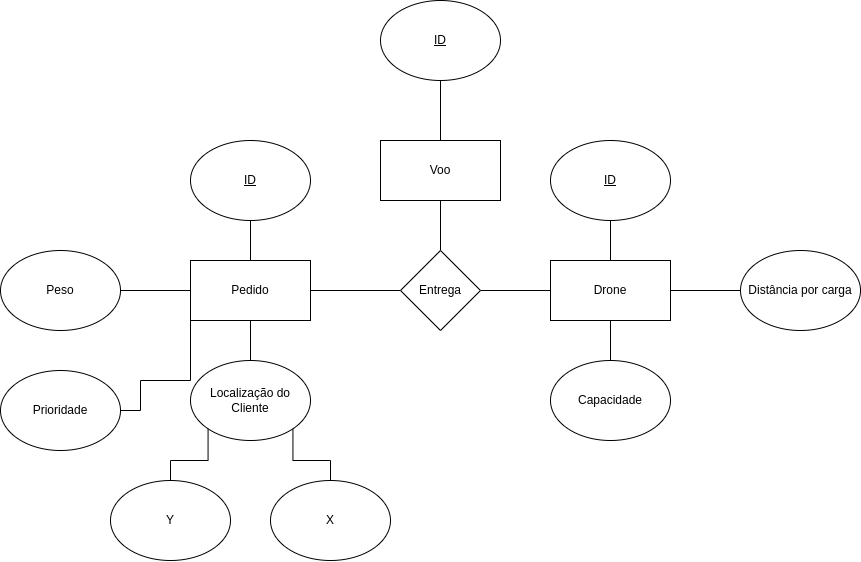
Above: docs/EER.png in Henriquemcc/Teste_pratico_dti_digital (draw.io), before the change. Source tidied: cells renumbered, new cells last; positions are measured from the earlier drawing's top-left corner, leaving out a move shared by most shapes.
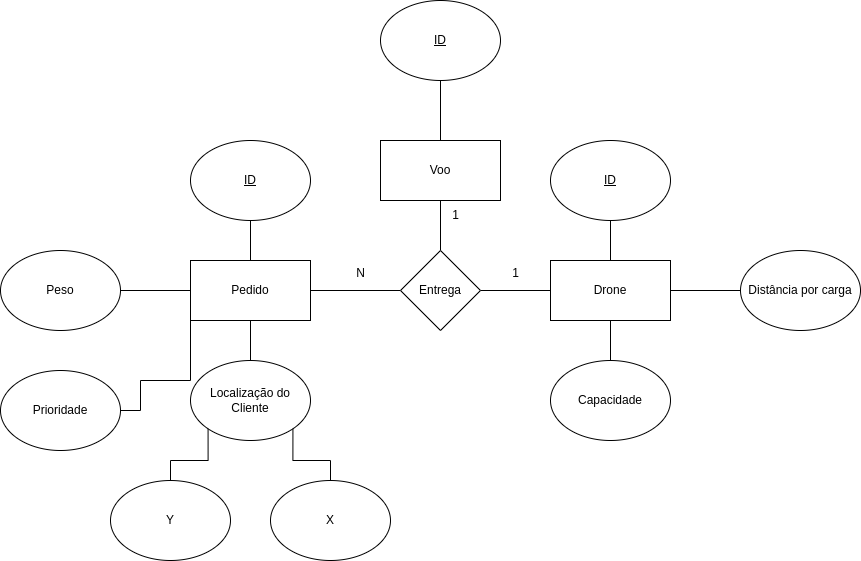
After the commit.

Commit message:
Adicionando relação de cardinalidade

Change to the diagram source:
```diff
@@ -89,5 +89,14 @@
     <mxCell id="28" value="&lt;u&gt;ID&lt;/u&gt;" style="ellipse;whiteSpace=wrap;html=1;" parent="1" vertex="1">
       <mxGeometry x="380" width="120" height="80" as="geometry" />
     </mxCell>
+    <mxCell id="29" value="N" style="text;html=1;align=center;verticalAlign=middle;strokeColor=none;fillColor=none;" parent="1" vertex="1">
+      <mxGeometry x="345" y="258" width="30" height="30" as="geometry" />
+    </mxCell>
+    <mxCell id="30" value="1" style="text;html=1;align=center;verticalAlign=middle;strokeColor=none;fillColor=none;" parent="1" vertex="1">
+      <mxGeometry x="500" y="258" width="30" height="30" as="geometry" />
+    </mxCell>
+    <mxCell id="31" value="1" style="text;html=1;align=center;verticalAlign=middle;strokeColor=none;fillColor=none;" parent="1" vertex="1">
+      <mxGeometry x="440" y="200" width="30" height="30" as="geometry" />
+    </mxCell>
   </root>
 </mxGraphModel>
```
